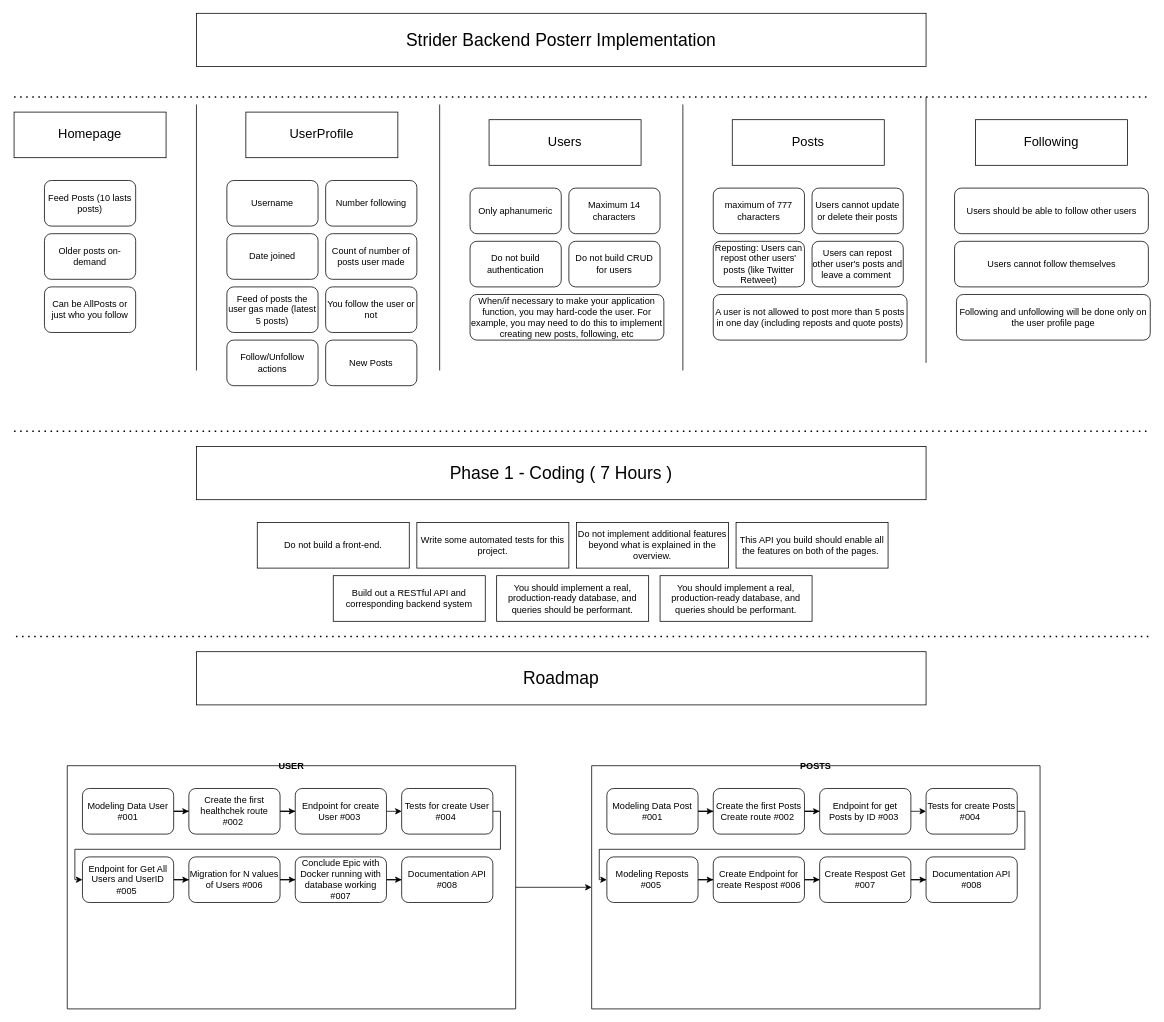
LulianoM/TwitterApiModeling keeps this draw.io diagram as docs/modelling/StriderBackendProjectRoadmap.drawio. Above is the earlier version. Source tidied: cells renumbered, new cells numbered last; positions are measured from the earlier drawing's top-left corner, leaving out a move shared by most shapes. Both pictures are drawn from the tidied source at 76%, with x=0, y=0 at pixel (14, 13).
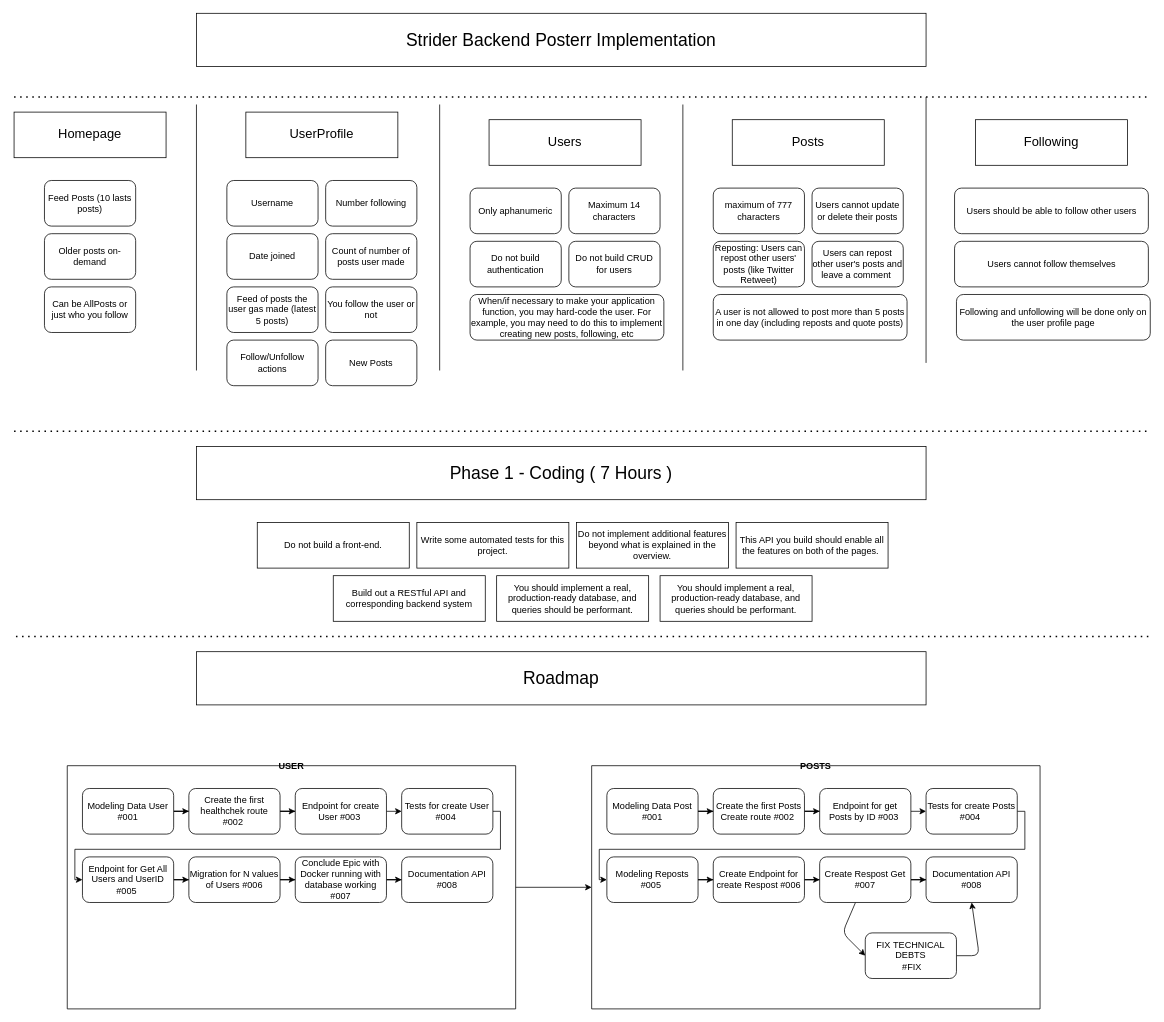
Above is the later version.

Unchanged cells that the change refers to:
```xml
<mxCell id="65" value="POSTS" style="swimlane;startSize=0;" parent="1" vertex="1">
  <mxGeometry x="760" y="990" width="590" height="320" as="geometry" />
</mxCell>
<mxCell id="79" value="Create Respost Get #007" style="rounded=1;whiteSpace=wrap;html=1;" parent="65" vertex="1">
  <mxGeometry x="300" y="120" width="120" height="60" as="geometry" />
</mxCell>
<mxCell id="80" value="Documentation API #008" style="rounded=1;whiteSpace=wrap;html=1;" parent="65" vertex="1">
  <mxGeometry x="440" y="120" width="120" height="60" as="geometry" />
</mxCell>
```

What changed in the source:
```diff
@@
+    <mxCell id="81" style="edgeStyle=none;html=1;entryX=0;entryY=0.5;entryDx=0;entryDy=0;" parent="65" edge="1" source="79" target="83">
+      <mxGeometry relative="1" as="geometry">
+        <Array as="points">
+          <mxPoint x="330" y="220" />
+        </Array>
+      </mxGeometry>
+    </mxCell>
@@
+    <mxCell id="82" style="edgeStyle=none;html=1;entryX=0.5;entryY=1;entryDx=0;entryDy=0;" parent="65" edge="1" source="83" target="80">
+      <mxGeometry relative="1" as="geometry">
+        <Array as="points">
+          <mxPoint x="510" y="250" />
+        </Array>
+      </mxGeometry>
+    </mxCell>
+    <mxCell id="83" value="FIX&amp;nbsp;&lt;span class=&quot;VIiyi&quot; lang=&quot;en&quot;&gt;TECHNICAL DEBTS&lt;/span&gt;&lt;br&gt;&amp;nbsp;#FIX" style="rounded=1;whiteSpace=wrap;html=1;" parent="65" vertex="1">
+      <mxGeometry x="360" y="220" width="120" height="60" as="geometry" />
+    </mxCell>
```
